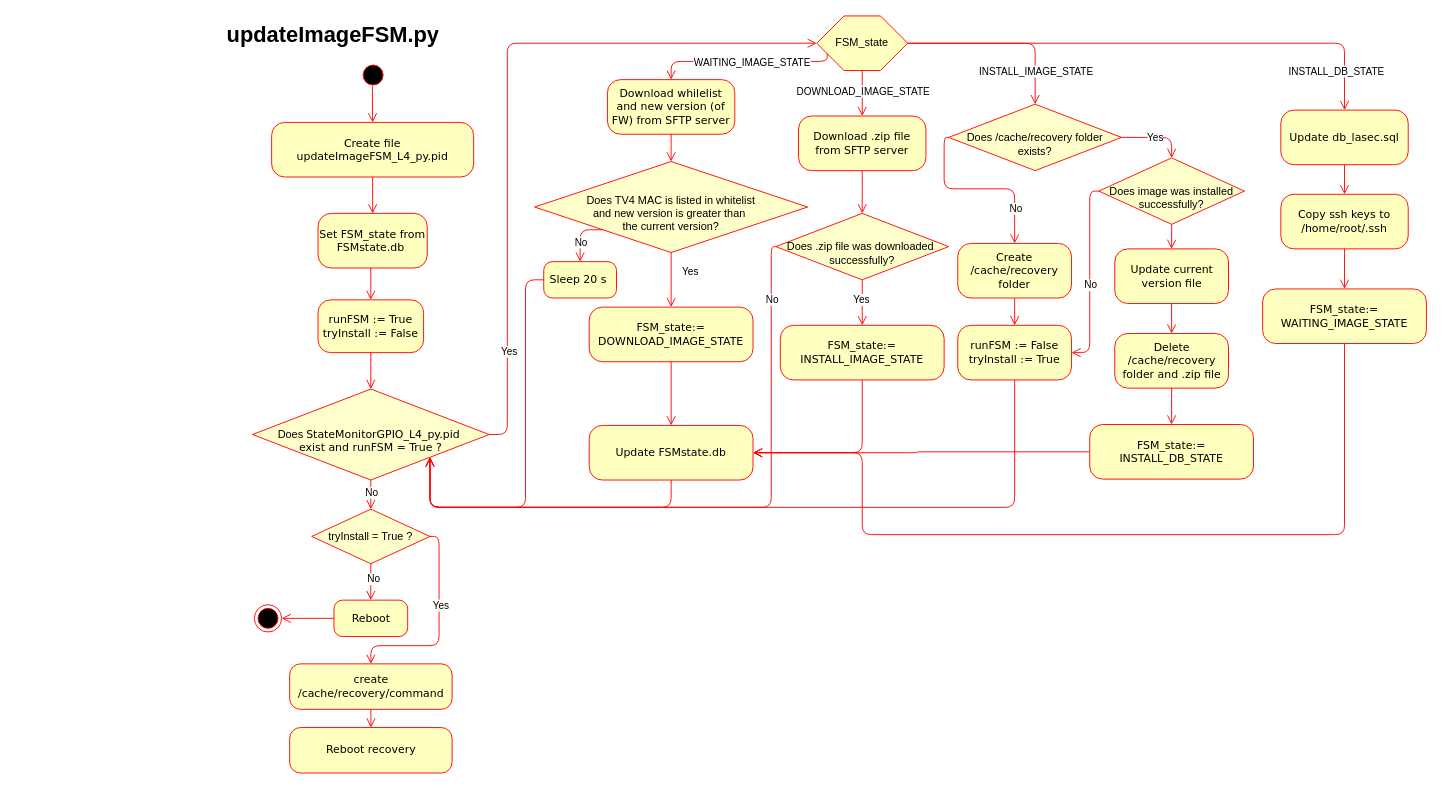
The draw.io diagram Modules/updateImageFSM_py.drawio in CesarRodriguez14/Tag_Vehiculo_4_0_Diagramas, before the edit. Source tidied: cells renumbered, new cells numbered last; positions are measured from the earlier drawing's top-left corner, leaving out a move shared by most shapes. Both pictures are drawn from the tidied source at 91%, with x=0, y=0 at pixel (225, 15).
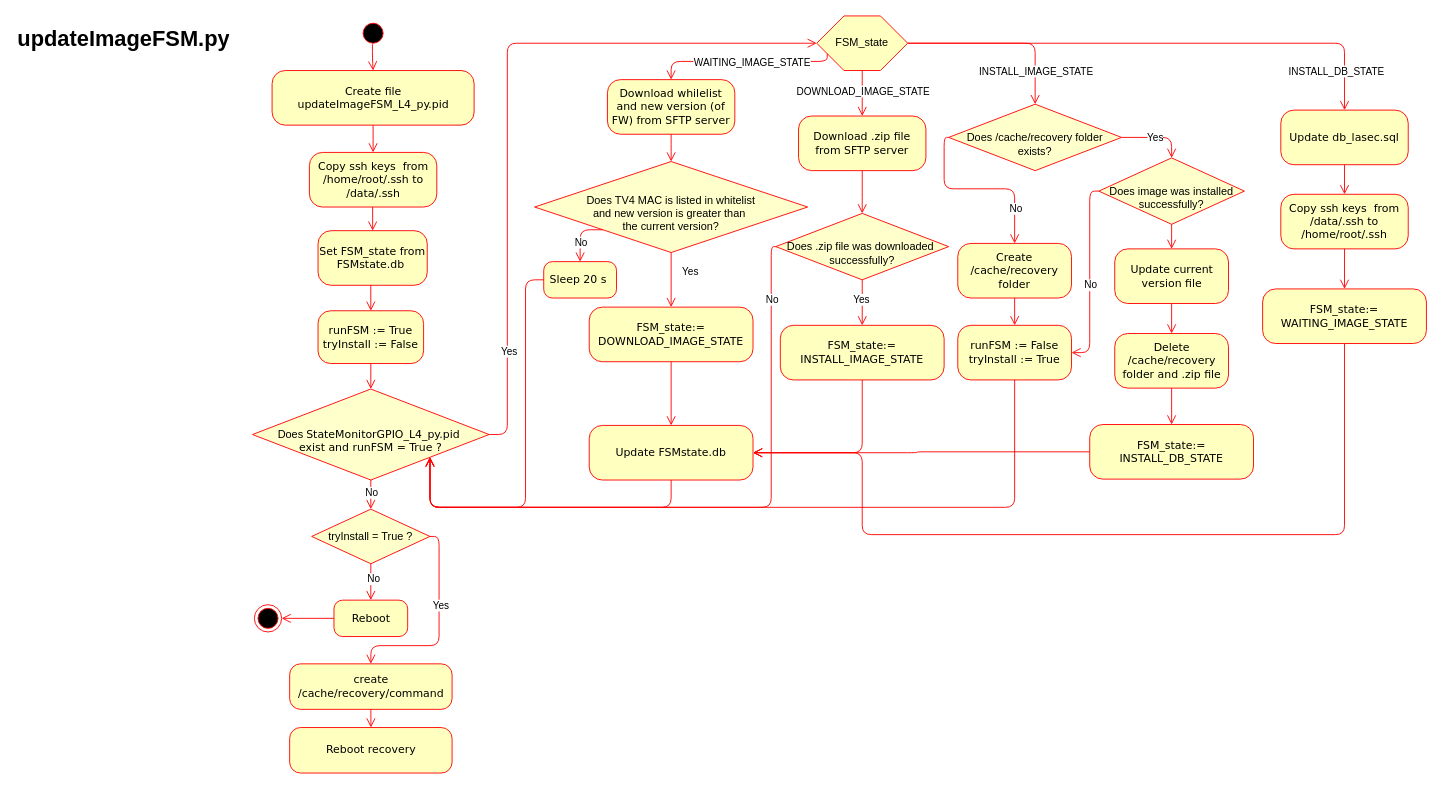
After the change.

Commit message (it also covers changes not shown here):
Update ssh keys management

What changed in the source:
```diff
@@
     <mxCell id="2" style="ellipse;html=1;shape=startState;fillColor=#000000;strokeColor=#ff0000;rounded=1;shadow=0;comic=0;labelBackgroundColor=none;fontFamily=Verdana;fontSize=12;fontColor=#000000;align=center;direction=south;" parent="1" vertex="1">
-      <mxGeometry x="147.5" y="50" width="30" height="30" as="geometry" />
+      <mxGeometry x="147.5" y="4" width="30" height="30" as="geometry" />
     </mxCell>
     <mxCell id="3" value="Set FSM_state from FSMstate.db&amp;nbsp;" style="rounded=1;whiteSpace=wrap;html=1;arcSize=24;fillColor=#ffffc0;strokeColor=#FF0000;shadow=0;comic=0;labelBackgroundColor=none;fontFamily=Verdana;fontSize=12;fontColor=#000000;align=center;" parent="1" vertex="1">
-      <mxGeometry x="102" y="217" width="120" height="60" as="geometry" />
+      <mxGeometry x="102" y="236" width="120" height="60" as="geometry" />
     </mxCell>
     <mxCell id="4" value="Create file updateImageFSM_L4_py.pid" style="rounded=1;whiteSpace=wrap;html=1;arcSize=24;fillColor=#ffffc0;strokeColor=#ff0000;shadow=0;comic=0;labelBackgroundColor=none;fontFamily=Verdana;fontSize=12;fontColor=#000000;align=center;" parent="1" vertex="1">
-      <mxGeometry x="51" y="117" width="222" height="60" as="geometry" />
+      <mxGeometry x="51.5" y="60" width="222" height="60" as="geometry" />
     </mxCell>
     <mxCell id="5" value="&lt;h1 style=&quot;margin-top: 0px;&quot;&gt;updateImageFSM.py&lt;/h1&gt;" style="text;html=1;whiteSpace=wrap;overflow=hidden;rounded=0;" parent="1" vertex="1">
-      <mxGeometry width="320" height="50" as="geometry" />
+      <mxGeometry x="-230" y="5" width="320" height="50" as="geometry" />
     </mxCell>
@@
-    <mxCell id="7" style="edgeStyle=orthogonalEdgeStyle;html=1;labelBackgroundColor=none;endArrow=open;endSize=8;strokeColor=#ff0000;fontFamily=Verdana;fontSize=12;align=left;exitX=0.5;exitY=1;exitDx=0;exitDy=0;entryX=0.5;entryY=0;entryDx=0;entryDy=0;" parent="1" edge="1" source="4" target="3">
+    <mxCell id="7" style="edgeStyle=orthogonalEdgeStyle;html=1;labelBackgroundColor=none;endArrow=open;endSize=8;strokeColor=#ff0000;fontFamily=Verdana;fontSize=12;align=left;exitX=0.5;exitY=1;exitDx=0;exitDy=0;entryX=0.5;entryY=0;entryDx=0;entryDy=0;" parent="1" edge="1" source="4" target="88">
       <mxGeometry relative="1" as="geometry" />
     </mxCell>
     <mxCell id="8" value="runFSM := True&lt;div&gt;tryInstall := False&lt;/div&gt;" style="rounded=1;whiteSpace=wrap;html=1;arcSize=24;fillColor=#ffffc0;strokeColor=#FF0000;shadow=0;comic=0;labelBackgroundColor=none;fontFamily=Verdana;fontSize=12;fontColor=#000000;align=center;" parent="1" vertex="1">
-      <mxGeometry x="102" y="312" width="116" height="58" as="geometry" />
+      <mxGeometry x="102" y="324" width="116" height="58" as="geometry" />
     </mxCell>
@@
-    <mxCell id="83" value="Copy ssh keys to /home/root/.ssh" style="rounded=1;whiteSpace=wrap;html=1;arcSize=24;fillColor=#ffffc0;strokeColor=#FF0000;shadow=0;comic=0;labelBackgroundColor=none;fontFamily=Verdana;fontSize=12;fontColor=#000000;align=center;" parent="1" vertex="1">
+    <mxCell id="83" value="Copy ssh keys&amp;nbsp; from /data/.ssh to /home/root/.ssh" style="rounded=1;whiteSpace=wrap;html=1;arcSize=24;fillColor=#ffffc0;strokeColor=#FF0000;shadow=0;comic=0;labelBackgroundColor=none;fontFamily=Verdana;fontSize=12;fontColor=#000000;align=center;" parent="1" vertex="1">
       <mxGeometry x="1160" y="196" width="140" height="60" as="geometry" />
     </mxCell>
@@
+    <mxCell id="88" value="Copy ssh keys&amp;nbsp; from /home/root/.ssh to /data/.ssh" style="rounded=1;whiteSpace=wrap;html=1;arcSize=24;fillColor=#ffffc0;strokeColor=#FF0000;shadow=0;comic=0;labelBackgroundColor=none;fontFamily=Verdana;fontSize=12;fontColor=#000000;align=center;" parent="1" vertex="1">
+      <mxGeometry x="92.5" y="150" width="140" height="60" as="geometry" />
+    </mxCell>
+    <mxCell id="89" style="edgeStyle=orthogonalEdgeStyle;html=1;labelBackgroundColor=none;endArrow=open;endSize=8;strokeColor=#ff0000;fontFamily=Verdana;fontSize=12;align=left;exitX=0.5;exitY=1;exitDx=0;exitDy=0;entryX=0.5;entryY=0;entryDx=0;entryDy=0;" parent="1" edge="1" source="88" target="3">
+      <mxGeometry relative="1" as="geometry">
+        <Array as="points">
+          <mxPoint x="163" y="210" />
+          <mxPoint x="163" y="236" />
+        </Array>
+      </mxGeometry>
+    </mxCell>
```
